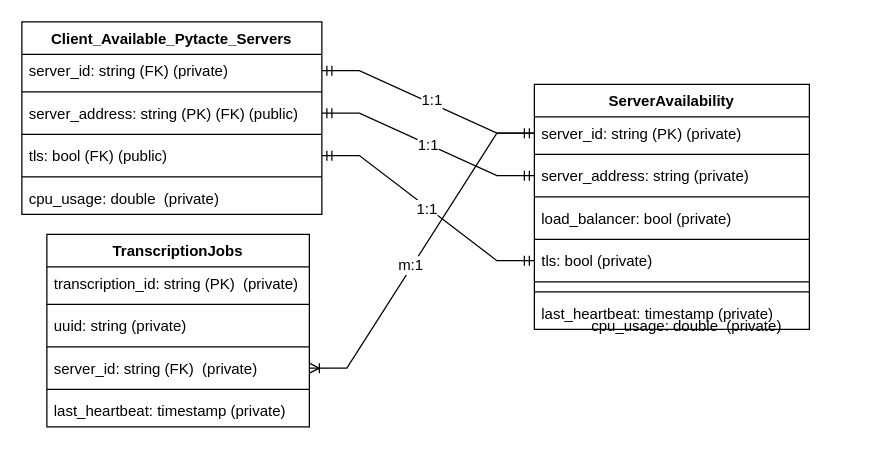
The draw.io diagram Pytacte-py/data/Database_Schema_XML.drawio in CSharpTeoMan911/Pytacte, before the edit. Source tidied: cells renumbered, new cells numbered last; positions are measured from the earlier drawing's top-left corner, leaving out a move shared by most shapes. Both pictures are drawn from the tidied source at 125%, with x=0, y=0 at pixel (21, 21).
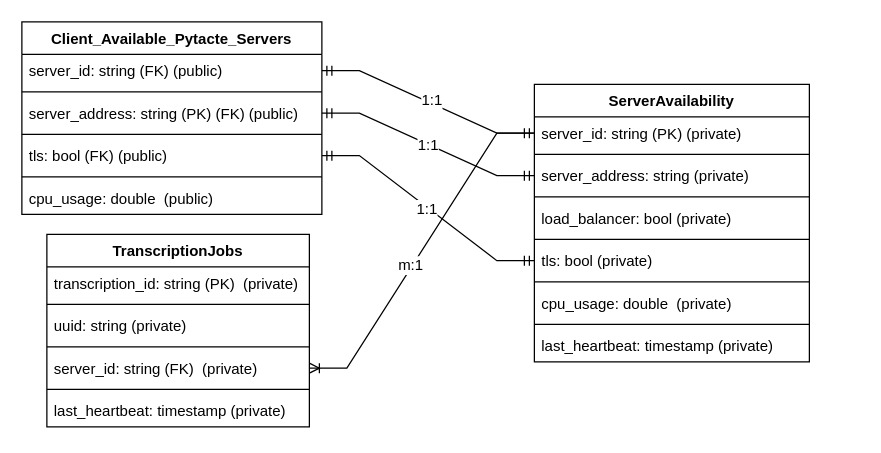
Above is the later version.

The change refers to these unchanged cells:
```xml
<mxCell id="21" value="Client_Available_Pytacte_Servers" style="swimlane;fontStyle=1;align=center;verticalAlign=top;horizontal=1;startSize=26;whiteSpace=wrap;html=1;" parent="1" vertex="1">
  <mxGeometry width="240" height="154" as="geometry" />
</mxCell>
```

Change to the diagram source:
```diff
@@
     <mxCell id="10" value="ServerAvailability" style="swimlane;fontStyle=1;align=center;verticalAlign=top;horizontal=1;startSize=26;whiteSpace=wrap;html=1;" parent="1" vertex="1">
-      <mxGeometry x="410" y="50" width="220" height="196" as="geometry" />
+      <mxGeometry x="410" y="50" width="220" height="222" as="geometry" />
     </mxCell>
@@
+    <mxCell id="37" value="cpu_usage: double&amp;nbsp;&amp;nbsp;(private)" style="text;strokeColor=none;fillColor=none;align=left;verticalAlign=top;spacingLeft=4;spacingRight=4;overflow=hidden;whiteSpace=wrap;html=1;" parent="10" vertex="1">
+      <mxGeometry y="162" width="220" height="26" as="geometry" />
+    </mxCell>
     <mxCell id="19" style="line;strokeWidth=1;fillColor=none;align=left;verticalAlign=middle;spacingTop=-1;spacingLeft=3;spacingRight=3;labelPosition=right;strokeColor=inherit;labelPerimeter=1;" parent="10" vertex="1">
-      <mxGeometry y="162" width="220" height="8" as="geometry" />
+      <mxGeometry y="188" width="220" height="8" as="geometry" />
     </mxCell>
     <mxCell id="20" value="last_heartbeat: timestamp (private)" style="text;strokeColor=none;fillColor=none;align=left;verticalAlign=top;spacingLeft=4;spacingRight=4;overflow=hidden;whiteSpace=wrap;html=1;" parent="10" vertex="1">
-      <mxGeometry y="170" width="220" height="26" as="geometry" />
+      <mxGeometry y="196" width="220" height="26" as="geometry" />
     </mxCell>
@@
-    <mxCell id="22" value="server_id: string (FK) (private)" style="text;strokeColor=none;fillColor=none;align=left;verticalAlign=top;spacingLeft=4;spacingRight=4;overflow=hidden;points=[[0,0.5],[1,0.5]];portConstraint=eastwest;whiteSpace=wrap;html=1;" parent="21" vertex="1">
+    <mxCell id="22" value="server_id: string (FK) (public)" style="text;strokeColor=none;fillColor=none;align=left;verticalAlign=top;spacingLeft=4;spacingRight=4;overflow=hidden;points=[[0,0.5],[1,0.5]];portConstraint=eastwest;whiteSpace=wrap;html=1;" parent="21" vertex="1">
       <mxGeometry y="26" width="240" height="26" as="geometry" />
     </mxCell>
@@
-    <mxCell id="28" value="cpu_usage: double&amp;nbsp;&amp;nbsp;(private)" style="text;strokeColor=none;fillColor=none;align=left;verticalAlign=top;spacingLeft=4;spacingRight=4;overflow=hidden;whiteSpace=wrap;html=1;" parent="21" vertex="1">
+    <mxCell id="28" value="cpu_usage: double&amp;nbsp;&amp;nbsp;(public)" style="text;strokeColor=none;fillColor=none;align=left;verticalAlign=top;spacingLeft=4;spacingRight=4;overflow=hidden;whiteSpace=wrap;html=1;" parent="21" vertex="1">
       <mxGeometry y="128" width="240" height="26" as="geometry" />
     </mxCell>
@@
-    <mxCell id="37" value="cpu_usage: double&amp;nbsp;&amp;nbsp;(private)" style="text;strokeColor=none;fillColor=none;align=left;verticalAlign=top;spacingLeft=4;spacingRight=4;overflow=hidden;whiteSpace=wrap;html=1;" parent="1" vertex="1">
-      <mxGeometry x="450" y="230" width="220" height="26" as="geometry" />
-    </mxCell>
```
